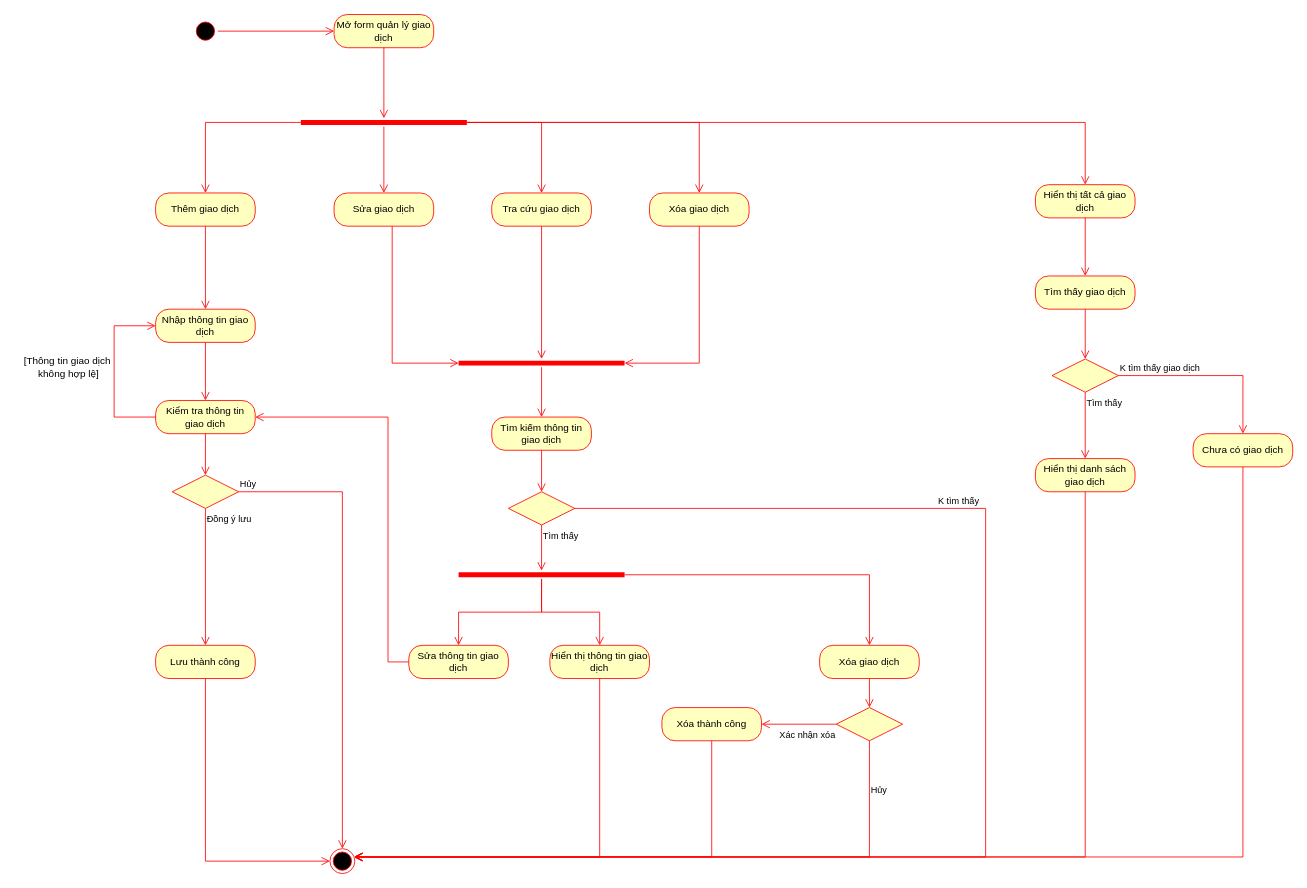
The draw.io diagram GActivityDiagram040225.drawio in huyga1185/quanLyKTX_22CT4, before the edit. Source tidied: cells renumbered, new cells numbered last; positions are measured from the earlier drawing's top-left corner, leaving out a move shared by most shapes. Both pictures are drawn from the tidied source at 83%, with x=0, y=0 at pixel (14, 14).
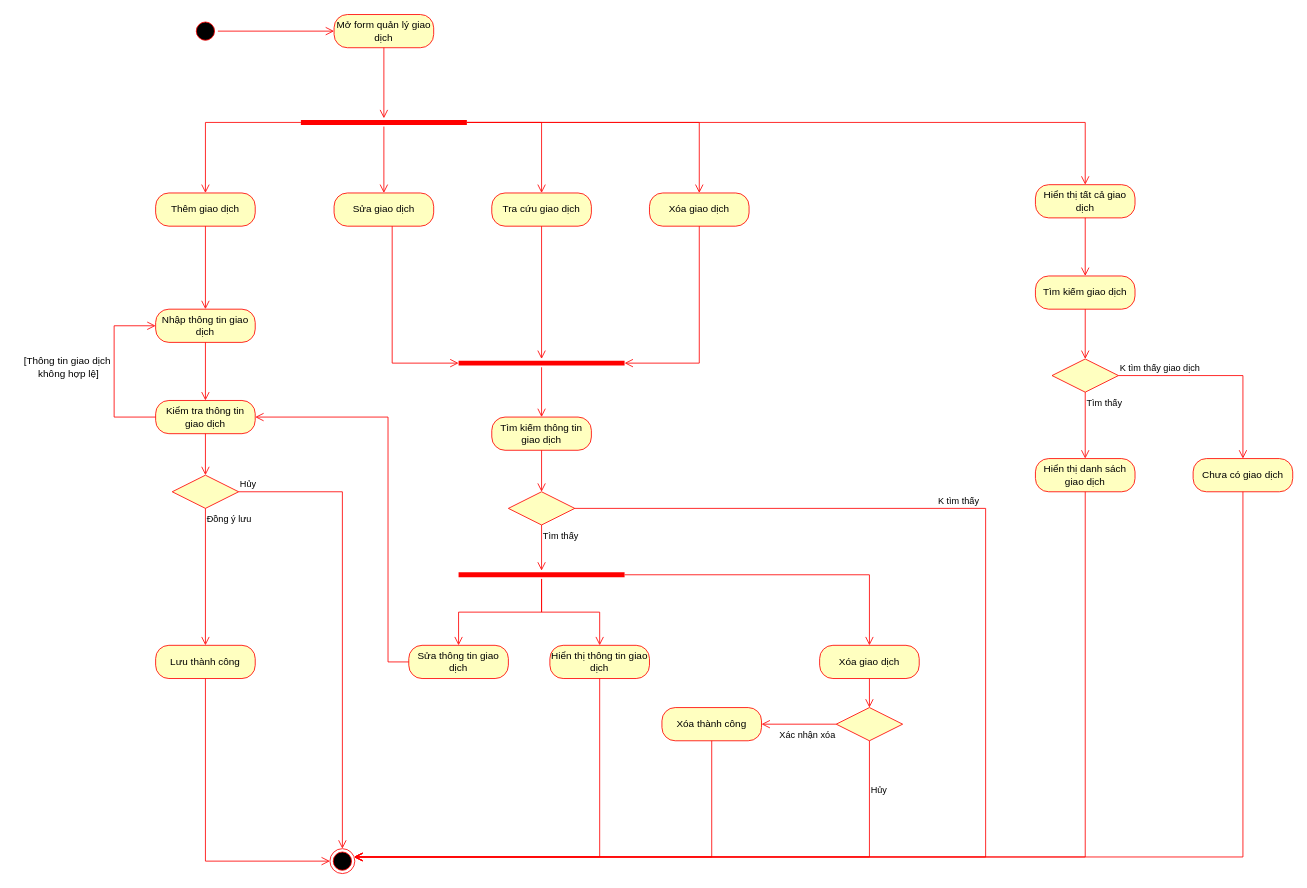
The same page after the edit.

Change to the diagram source:
```diff
@@
-    <mxCell id="56" value="Tìm thấy giao dịch" style="rounded=1;whiteSpace=wrap;html=1;arcSize=40;fontColor=#000000;fillColor=#ffffc0;strokeColor=#ff0000;" parent="1" vertex="1">
+    <mxCell id="56" value="Tìm kiếm giao dịch" style="rounded=1;whiteSpace=wrap;html=1;arcSize=40;fontColor=#000000;fillColor=#ffffc0;strokeColor=#ff0000;" parent="1" vertex="1">
       <mxGeometry x="1230" y="315" width="120" height="40" as="geometry" />
     </mxCell>
@@
     <mxCell id="63" value="Chưa có giao dịch" style="rounded=1;whiteSpace=wrap;html=1;arcSize=40;fontColor=#000000;fillColor=#ffffc0;strokeColor=#ff0000;" parent="1" vertex="1">
-      <mxGeometry x="1420" y="505" width="120" height="40" as="geometry" />
+      <mxGeometry x="1420" y="535" width="120" height="40" as="geometry" />
     </mxCell>
```
